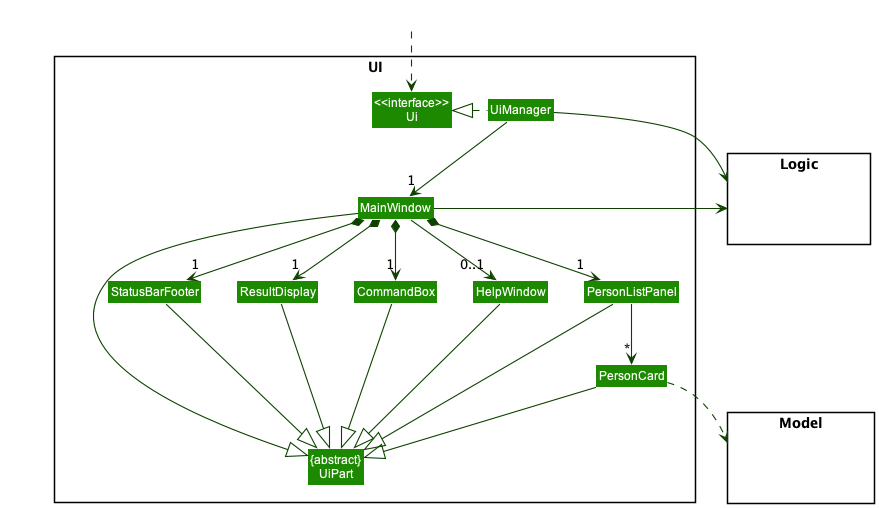
Before: docs/images/UiClassDiagram.png, a diagram exported from PlantUML (nus-cs2103-AY2223S1/tp).
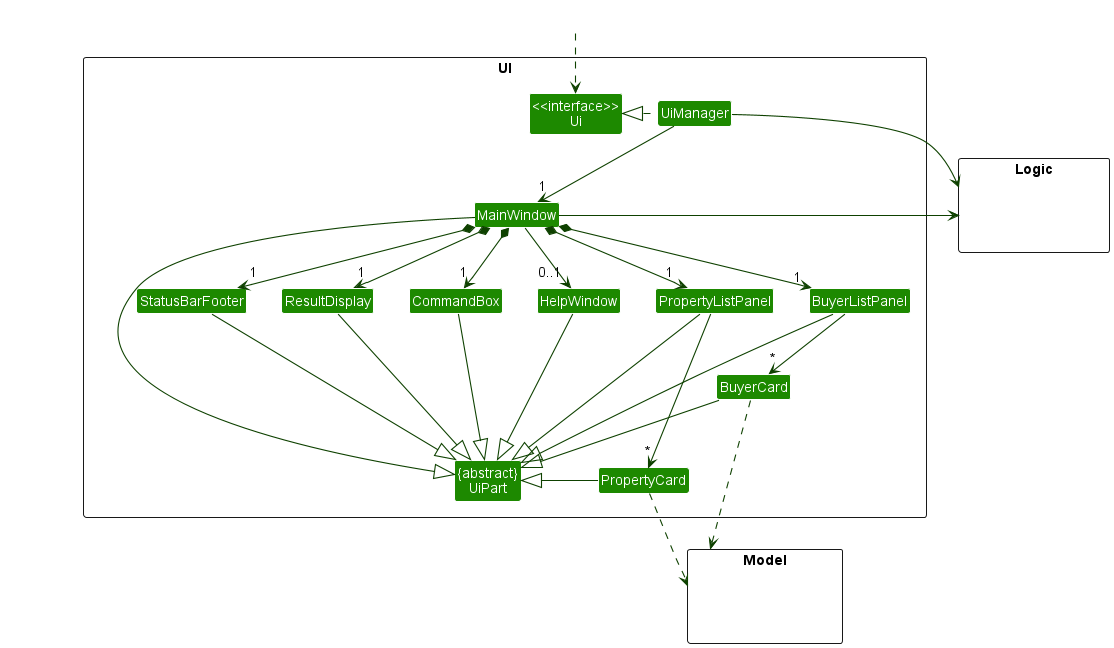
The same diagram one commit later.

Commit message:
Update UI componenet class diagram

The edit, as a diff of the source:
```diff
@@ -11,8 +11,10 @@
 Class MainWindow
 Class HelpWindow
 Class ResultDisplay
-Class PersonListPanel
-Class PersonCard
+Class BuyerListPanel
+Class BuyerCard
+Class PropertyListPanel
+Class PropertyCard
 Class StatusBarFooter
 Class CommandBox
 }
@@ -32,29 +34,36 @@
 UiManager -down-> "1" MainWindow
 MainWindow *-down->  "1" CommandBox
 MainWindow *-down-> "1" ResultDisplay
-MainWindow *-down-> "1" PersonListPanel
+MainWindow *-down-> "1" BuyerListPanel
+MainWindow *-down-> "1" PropertyListPanel
 MainWindow *-down-> "1" StatusBarFooter
 MainWindow --> "0..1" HelpWindow
 
-PersonListPanel -down-> "*" PersonCard
+BuyerListPanel -down-> "*" BuyerCard
+PropertyListPanel -down-> "*" PropertyCard
 
 MainWindow -left-|> UiPart
 
 ResultDisplay --|> UiPart
 CommandBox --|> UiPart
-PersonListPanel --|> UiPart
-PersonCard --|> UiPart
+BuyerListPanel --|> UiPart
+BuyerCard --|> UiPart
+PropertyListPanel --|> UiPart
+PropertyCard -left-|> UiPart
 StatusBarFooter --|> UiPart
 HelpWindow --|> UiPart
 
-PersonCard ..> Model
+BuyerCard .-down.> Model
+PropertyCard ..> Model
 UiManager -right-> Logic
 MainWindow -left-> Logic
 
-PersonListPanel -[hidden]left- HelpWindow
+BuyerListPanel -[hidden]left- HelpWindow
+PropertyListPanel -[hidden]right- BuyerListPanel
 HelpWindow -[hidden]left- CommandBox
 CommandBox -[hidden]left- ResultDisplay
 ResultDisplay -[hidden]left- StatusBarFooter
 
+
 MainWindow -[hidden]-|> UiPart
 @enduml
```
